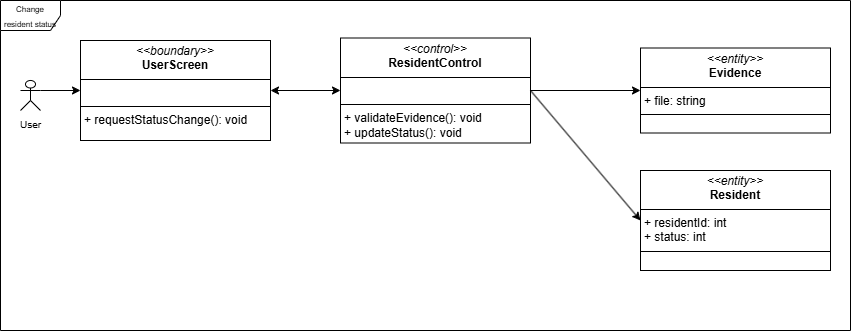
HuyEuler/Apartment-management-system keeps this draw.io diagram as Class-diagram/Boundary–Control–EntityDiagram/RaiseIssue.png. Above is the earlier version. Source tidied: cells renumbered, new cells last; positions are measured from the earlier drawing's top-left corner, leaving out a move shared by most shapes. Its diagram source:
```xml
<mxGraphModel background="#ffffff">
  <root>
    <mxCell id="0" />
    <mxCell id="1" parent="0" />
    <mxCell id="2" value="&lt;font style=&quot;font-size: 8px;&quot;&gt;Change resident status&lt;/font&gt;" style="shape=umlFrame;whiteSpace=wrap;html=1;" parent="1" vertex="1">
      <mxGeometry width="850" height="330" as="geometry" />
    </mxCell>
    <mxCell id="3" value="&lt;font style=&quot;font-size: 10px;&quot;&gt;User&lt;/font&gt;" style="shape=umlActor;verticalLabelPosition=bottom;verticalAlign=top;html=1;outlineConnect=0;" parent="1" vertex="1">
      <mxGeometry x="20" y="80" width="20" height="30" as="geometry" />
    </mxCell>
    <mxCell id="4" value="&lt;p style=&quot;margin:0px;margin-top:4px;text-align:center;&quot;&gt;&lt;i&gt;&amp;lt;&amp;lt;boundary&amp;gt;&amp;gt;&lt;/i&gt;&lt;br&gt;&lt;b&gt;UserScreen&lt;/b&gt;&lt;/p&gt;&lt;hr size=&quot;1&quot; style=&quot;border-style:solid;&quot;&gt;&lt;p style=&quot;margin:0px;margin-left:4px;&quot;&gt;&lt;br&gt;&lt;/p&gt;&lt;hr size=&quot;1&quot; style=&quot;border-style:solid;&quot;&gt;&lt;p style=&quot;margin:0px;margin-left:4px;&quot;&gt;+ requestStatusChange(): void&lt;/p&gt;" style="verticalAlign=top;align=left;overflow=fill;html=1;whiteSpace=wrap;" parent="1" vertex="1">
      <mxGeometry x="80" y="40" width="190" height="100" as="geometry" />
    </mxCell>
    <mxCell id="5" value="&lt;p style=&quot;margin:0px;margin-top:4px;text-align:center;&quot;&gt;&lt;i&gt;&amp;lt;&amp;lt;control&amp;gt;&amp;gt;&lt;/i&gt;&lt;br&gt;&lt;b&gt;ResidentControl&lt;/b&gt;&lt;/p&gt;&lt;hr size=&quot;1&quot; style=&quot;border-style:solid;&quot;&gt;&lt;p style=&quot;margin:0px;margin-left:4px;&quot;&gt;&lt;br&gt;&lt;/p&gt;&lt;hr size=&quot;1&quot; style=&quot;border-style:solid;&quot;&gt;&lt;p style=&quot;margin:0px;margin-left:4px;&quot;&gt;+ &lt;span style=&quot;background-color: transparent; color: light-dark(rgb(0, 0, 0), rgb(255, 255, 255));&quot;&gt;validateEvidence(): void +&amp;nbsp;&lt;/span&gt;&lt;span style=&quot;background-color: transparent; color: light-dark(rgb(0, 0, 0), rgb(255, 255, 255));&quot;&gt;updateStatus(): void&lt;/span&gt;&lt;/p&gt;" style="verticalAlign=top;align=left;overflow=fill;html=1;whiteSpace=wrap;" parent="1" vertex="1">
      <mxGeometry x="340" y="37.5" width="190" height="105" as="geometry" />
    </mxCell>
    <mxCell id="6" value="&lt;p style=&quot;margin:0px;margin-top:4px;text-align:center;&quot;&gt;&lt;i&gt;&amp;lt;&amp;lt;entity&amp;gt;&amp;gt;&lt;/i&gt;&lt;br&gt;&lt;b&gt;Evidence&lt;/b&gt;&lt;/p&gt;&lt;hr size=&quot;1&quot; style=&quot;border-style:solid;&quot;&gt;&lt;p style=&quot;margin:0px;margin-left:4px;&quot;&gt;+&amp;nbsp;file: string&lt;/p&gt;&lt;hr size=&quot;1&quot; style=&quot;border-style:solid;&quot;&gt;&lt;p style=&quot;margin:0px;margin-left:4px;&quot;&gt;&lt;br&gt;&lt;/p&gt;" style="verticalAlign=top;align=left;overflow=fill;html=1;whiteSpace=wrap;" parent="1" vertex="1">
      <mxGeometry x="640" y="47.5" width="190" height="85" as="geometry" />
    </mxCell>
    <mxCell id="7" value="&lt;p style=&quot;margin:0px;margin-top:4px;text-align:center;&quot;&gt;&lt;i&gt;&amp;lt;&amp;lt;entity&amp;gt;&amp;gt;&lt;/i&gt;&lt;br&gt;&lt;b&gt;Resident&lt;/b&gt;&lt;/p&gt;&lt;hr size=&quot;1&quot; style=&quot;border-style:solid;&quot;&gt;&lt;p style=&quot;margin: 0px 0px 0px 4px;&quot;&gt;&lt;span style=&quot;background-color: transparent; color: light-dark(rgb(0, 0, 0), rgb(255, 255, 255));&quot;&gt;+ residentId: int&lt;/span&gt;&lt;/p&gt;&lt;p style=&quot;margin: 0px 0px 0px 4px;&quot;&gt;&lt;span style=&quot;background-color: transparent; color: light-dark(rgb(0, 0, 0), rgb(255, 255, 255));&quot;&gt;+ status: int&lt;/span&gt;&lt;/p&gt;&lt;hr size=&quot;1&quot; style=&quot;border-style:solid;&quot;&gt;&lt;p style=&quot;margin:0px;margin-left:4px;&quot;&gt;&lt;br&gt;&lt;/p&gt;" style="verticalAlign=top;align=left;overflow=fill;html=1;whiteSpace=wrap;" parent="1" vertex="1">
      <mxGeometry x="640" y="170" width="190" height="100" as="geometry" />
    </mxCell>
    <mxCell id="8" style="endArrow=classic;html=1;rounded=0;exitX=1;exitY=0.3333333333333333;exitDx=0;exitDy=0;exitPerimeter=0;entryX=0;entryY=0.5;entryDx=0;entryDy=0;" parent="1" edge="1" source="3" target="4">
      <mxGeometry relative="1" as="geometry" />
    </mxCell>
    <mxCell id="9" style="endArrow=classic;startArrow=classic;html=1;rounded=0;entryX=0;entryY=0.5;entryDx=0;entryDy=0;" parent="1" edge="1" source="4" target="5">
      <mxGeometry relative="1" as="geometry" />
    </mxCell>
    <mxCell id="10" style="endArrow=classic;html=1;rounded=0;exitX=1;exitY=0.5;exitDx=0;exitDy=0;entryX=0;entryY=0.5;entryDx=0;entryDy=0;" parent="1" edge="1" source="5" target="7">
      <mxGeometry relative="1" as="geometry" />
    </mxCell>
    <mxCell id="11" style="endArrow=classic;html=1;rounded=0;exitX=1;exitY=0.5;exitDx=0;exitDy=0;" parent="1" edge="1" source="5" target="6">
      <mxGeometry relative="1" as="geometry" />
    </mxCell>
  </root>
</mxGraphModel>
```
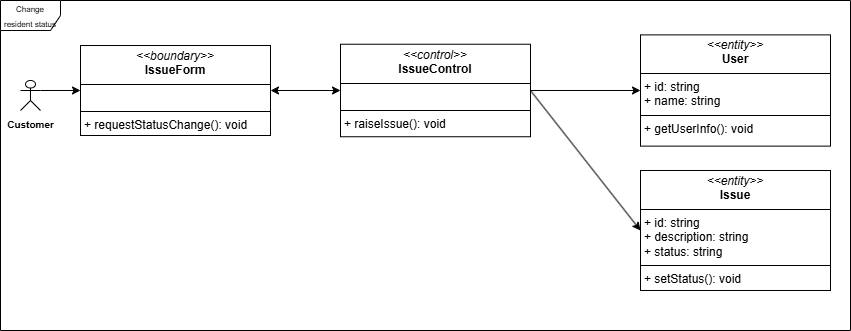
Above is the later version.

Commit message:
add raise issue BCE

Change to the diagram source:
```diff
@@ -5,20 +5,20 @@
     <mxCell id="2" value="&lt;font style=&quot;font-size: 8px;&quot;&gt;Change resident status&lt;/font&gt;" style="shape=umlFrame;whiteSpace=wrap;html=1;" parent="1" vertex="1">
       <mxGeometry width="850" height="330" as="geometry" />
     </mxCell>
-    <mxCell id="3" value="&lt;font style=&quot;font-size: 10px;&quot;&gt;User&lt;/font&gt;" style="shape=umlActor;verticalLabelPosition=bottom;verticalAlign=top;html=1;outlineConnect=0;" parent="1" vertex="1">
+    <mxCell id="3" value="&lt;font style=&quot;font-size: 10px;&quot;&gt;&lt;b&gt;Customer&lt;/b&gt;&lt;/font&gt;" style="shape=umlActor;verticalLabelPosition=bottom;verticalAlign=top;html=1;outlineConnect=0;" parent="1" vertex="1">
       <mxGeometry x="20" y="80" width="20" height="30" as="geometry" />
     </mxCell>
-    <mxCell id="4" value="&lt;p style=&quot;margin:0px;margin-top:4px;text-align:center;&quot;&gt;&lt;i&gt;&amp;lt;&amp;lt;boundary&amp;gt;&amp;gt;&lt;/i&gt;&lt;br&gt;&lt;b&gt;UserScreen&lt;/b&gt;&lt;/p&gt;&lt;hr size=&quot;1&quot; style=&quot;border-style:solid;&quot;&gt;&lt;p style=&quot;margin:0px;margin-left:4px;&quot;&gt;&lt;br&gt;&lt;/p&gt;&lt;hr size=&quot;1&quot; style=&quot;border-style:solid;&quot;&gt;&lt;p style=&quot;margin:0px;margin-left:4px;&quot;&gt;+ requestStatusChange(): void&lt;/p&gt;" style="verticalAlign=top;align=left;overflow=fill;html=1;whiteSpace=wrap;" parent="1" vertex="1">
-      <mxGeometry x="80" y="40" width="190" height="100" as="geometry" />
+    <mxCell id="4" value="&lt;p style=&quot;margin:0px;margin-top:4px;text-align:center;&quot;&gt;&lt;i&gt;&amp;lt;&amp;lt;boundary&amp;gt;&amp;gt;&lt;/i&gt;&lt;br&gt;&lt;b&gt;IssueForm&lt;/b&gt;&lt;/p&gt;&lt;hr size=&quot;1&quot; style=&quot;border-style:solid;&quot;&gt;&lt;p style=&quot;margin:0px;margin-left:4px;&quot;&gt;&lt;br&gt;&lt;/p&gt;&lt;hr size=&quot;1&quot; style=&quot;border-style:solid;&quot;&gt;&lt;p style=&quot;margin:0px;margin-left:4px;&quot;&gt;+ requestStatusChange(): void&lt;/p&gt;" style="verticalAlign=top;align=left;overflow=fill;html=1;whiteSpace=wrap;" parent="1" vertex="1">
+      <mxGeometry x="80" y="45" width="190" height="90" as="geometry" />
     </mxCell>
-    <mxCell id="5" value="&lt;p style=&quot;margin:0px;margin-top:4px;text-align:center;&quot;&gt;&lt;i&gt;&amp;lt;&amp;lt;control&amp;gt;&amp;gt;&lt;/i&gt;&lt;br&gt;&lt;b&gt;ResidentControl&lt;/b&gt;&lt;/p&gt;&lt;hr size=&quot;1&quot; style=&quot;border-style:solid;&quot;&gt;&lt;p style=&quot;margin:0px;margin-left:4px;&quot;&gt;&lt;br&gt;&lt;/p&gt;&lt;hr size=&quot;1&quot; style=&quot;border-style:solid;&quot;&gt;&lt;p style=&quot;margin:0px;margin-left:4px;&quot;&gt;+ &lt;span style=&quot;background-color: transparent; color: light-dark(rgb(0, 0, 0), rgb(255, 255, 255));&quot;&gt;validateEvidence(): void +&amp;nbsp;&lt;/span&gt;&lt;span style=&quot;background-color: transparent; color: light-dark(rgb(0, 0, 0), rgb(255, 255, 255));&quot;&gt;updateStatus(): void&lt;/span&gt;&lt;/p&gt;" style="verticalAlign=top;align=left;overflow=fill;html=1;whiteSpace=wrap;" parent="1" vertex="1">
-      <mxGeometry x="340" y="37.5" width="190" height="105" as="geometry" />
+    <mxCell id="5" value="&lt;p style=&quot;margin:0px;margin-top:4px;text-align:center;&quot;&gt;&lt;i&gt;&amp;lt;&amp;lt;control&amp;gt;&amp;gt;&lt;/i&gt;&lt;br&gt;&lt;b&gt;IssueControl&lt;/b&gt;&lt;/p&gt;&lt;hr size=&quot;1&quot; style=&quot;border-style:solid;&quot;&gt;&lt;p style=&quot;margin:0px;margin-left:4px;&quot;&gt;&lt;br&gt;&lt;/p&gt;&lt;hr size=&quot;1&quot; style=&quot;border-style:solid;&quot;&gt;&lt;p style=&quot;margin:0px;margin-left:4px;&quot;&gt;+ raiseIssue&lt;span style=&quot;background-color: transparent; color: light-dark(rgb(0, 0, 0), rgb(255, 255, 255));&quot;&gt;(): void&lt;/span&gt;&lt;/p&gt;" style="verticalAlign=top;align=left;overflow=fill;html=1;whiteSpace=wrap;" parent="1" vertex="1">
+      <mxGeometry x="340" y="43.8" width="190" height="92.5" as="geometry" />
     </mxCell>
-    <mxCell id="6" value="&lt;p style=&quot;margin:0px;margin-top:4px;text-align:center;&quot;&gt;&lt;i&gt;&amp;lt;&amp;lt;entity&amp;gt;&amp;gt;&lt;/i&gt;&lt;br&gt;&lt;b&gt;Evidence&lt;/b&gt;&lt;/p&gt;&lt;hr size=&quot;1&quot; style=&quot;border-style:solid;&quot;&gt;&lt;p style=&quot;margin:0px;margin-left:4px;&quot;&gt;+&amp;nbsp;file: string&lt;/p&gt;&lt;hr size=&quot;1&quot; style=&quot;border-style:solid;&quot;&gt;&lt;p style=&quot;margin:0px;margin-left:4px;&quot;&gt;&lt;br&gt;&lt;/p&gt;" style="verticalAlign=top;align=left;overflow=fill;html=1;whiteSpace=wrap;" parent="1" vertex="1">
-      <mxGeometry x="640" y="47.5" width="190" height="85" as="geometry" />
+    <mxCell id="6" value="&lt;p style=&quot;margin:0px;margin-top:4px;text-align:center;&quot;&gt;&lt;i&gt;&amp;lt;&amp;lt;entity&amp;gt;&amp;gt;&lt;/i&gt;&lt;br&gt;&lt;b&gt;User&lt;/b&gt;&lt;/p&gt;&lt;hr size=&quot;1&quot; style=&quot;border-style:solid;&quot;&gt;&lt;p style=&quot;margin:0px;margin-left:4px;&quot;&gt;+ id: string&lt;br&gt;+ name: string&lt;/p&gt;&lt;hr size=&quot;1&quot; style=&quot;border-style:solid;&quot;&gt;&lt;p style=&quot;margin:0px;margin-left:4px;&quot;&gt;+ getUserInfo(): void&lt;/p&gt;" style="verticalAlign=top;align=left;overflow=fill;html=1;whiteSpace=wrap;" parent="1" vertex="1">
+      <mxGeometry x="640" y="34.4" width="190" height="111.2" as="geometry" />
     </mxCell>
-    <mxCell id="7" value="&lt;p style=&quot;margin:0px;margin-top:4px;text-align:center;&quot;&gt;&lt;i&gt;&amp;lt;&amp;lt;entity&amp;gt;&amp;gt;&lt;/i&gt;&lt;br&gt;&lt;b&gt;Resident&lt;/b&gt;&lt;/p&gt;&lt;hr size=&quot;1&quot; style=&quot;border-style:solid;&quot;&gt;&lt;p style=&quot;margin: 0px 0px 0px 4px;&quot;&gt;&lt;span style=&quot;background-color: transparent; color: light-dark(rgb(0, 0, 0), rgb(255, 255, 255));&quot;&gt;+ residentId: int&lt;/span&gt;&lt;/p&gt;&lt;p style=&quot;margin: 0px 0px 0px 4px;&quot;&gt;&lt;span style=&quot;background-color: transparent; color: light-dark(rgb(0, 0, 0), rgb(255, 255, 255));&quot;&gt;+ status: int&lt;/span&gt;&lt;/p&gt;&lt;hr size=&quot;1&quot; style=&quot;border-style:solid;&quot;&gt;&lt;p style=&quot;margin:0px;margin-left:4px;&quot;&gt;&lt;br&gt;&lt;/p&gt;" style="verticalAlign=top;align=left;overflow=fill;html=1;whiteSpace=wrap;" parent="1" vertex="1">
-      <mxGeometry x="640" y="170" width="190" height="100" as="geometry" />
+    <mxCell id="7" value="&lt;p style=&quot;margin:0px;margin-top:4px;text-align:center;&quot;&gt;&lt;i&gt;&amp;lt;&amp;lt;entity&amp;gt;&amp;gt;&lt;/i&gt;&lt;br&gt;&lt;b&gt;Issue&lt;/b&gt;&lt;/p&gt;&lt;hr size=&quot;1&quot; style=&quot;border-style:solid;&quot;&gt;&lt;p style=&quot;margin: 0px 0px 0px 4px;&quot;&gt;+ id: string&lt;br&gt;+ description: string&lt;br&gt;+ status: string&lt;/p&gt;&lt;hr size=&quot;1&quot; style=&quot;border-style:solid;&quot;&gt;&lt;p style=&quot;margin:0px;margin-left:4px;&quot;&gt;+ setStatus(): void&lt;/p&gt;" style="verticalAlign=top;align=left;overflow=fill;html=1;whiteSpace=wrap;" parent="1" vertex="1">
+      <mxGeometry x="640" y="170" width="190" height="120" as="geometry" />
     </mxCell>
     <mxCell id="8" style="endArrow=classic;html=1;rounded=0;exitX=1;exitY=0.3333333333333333;exitDx=0;exitDy=0;exitPerimeter=0;entryX=0;entryY=0.5;entryDx=0;entryDy=0;" parent="1" edge="1" source="3" target="4">
       <mxGeometry relative="1" as="geometry" />
```
